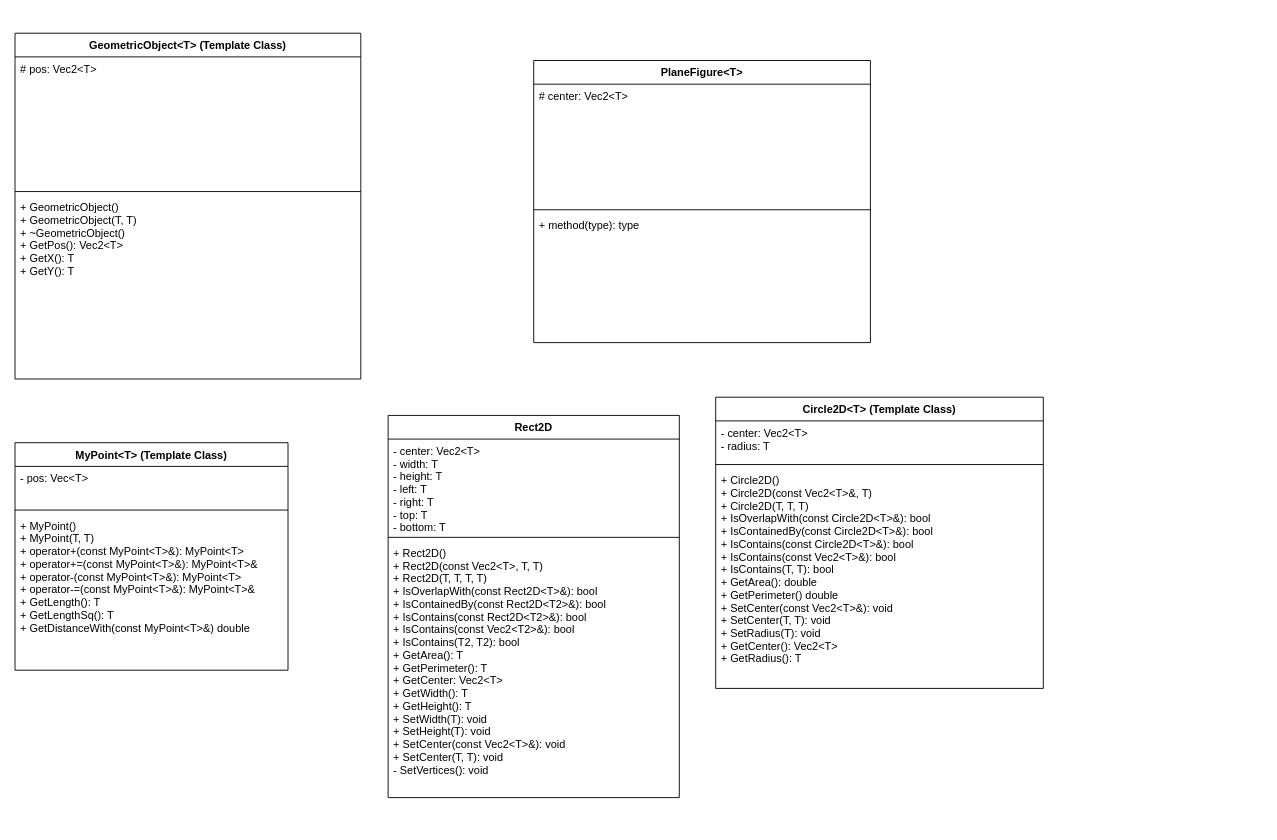
Above: InhaC++/inherit.drawio in ArshesSH/InhaCpp (draw.io), before the change. Source tidied: cells renumbered, new cells numbered last; positions are measured from the earlier drawing's top-left corner, leaving out a move shared by most shapes. Both pictures are drawn from the tidied source at 91%, with x=0, y=0 at pixel (15, 33).
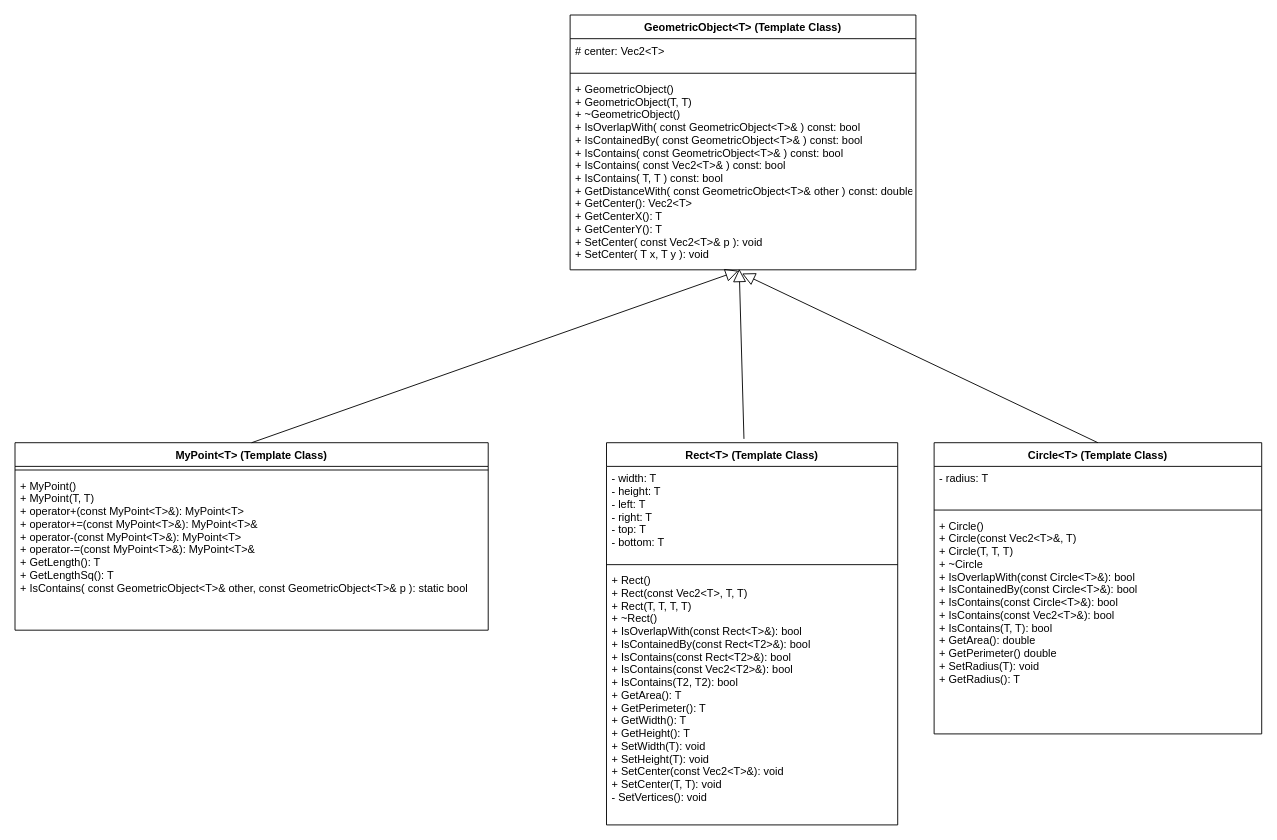
Above is the later version.

What changed in the source:
```diff
@@
     <mxCell id="2" value="MyPoint&lt;T&gt; (Template Class)" style="swimlane;fontStyle=1;align=center;verticalAlign=top;horizontal=1;startSize=26;" parent="1" vertex="1">
-      <mxGeometry y="450" width="300" height="250" as="geometry" />
+      <mxGeometry y="450" width="520" height="206" as="geometry" />
     </mxCell>
-    <mxCell id="3" value="- pos: Vec&lt;T&gt;" style="text;strokeColor=none;fillColor=none;align=left;verticalAlign=top;spacingLeft=4;spacingRight=4;overflow=hidden;" parent="2" vertex="1">
-      <mxGeometry y="26" width="300" height="44" as="geometry" />
-    </mxCell>
     <mxCell id="4" style="line;strokeWidth=1;fillColor=none;align=left;verticalAlign=middle;spacingTop=-1;spacingLeft=3;spacingRight=3;labelPosition=right;" parent="2" vertex="1">
-      <mxGeometry y="70" width="300" height="8" as="geometry" />
+      <mxGeometry y="26" width="520" height="8" as="geometry" />
     </mxCell>
-    <mxCell id="5" value="+ MyPoint()&#10;+ MyPoint(T, T)&#10;+ operator+(const MyPoint&lt;T&gt;&amp;): MyPoint&lt;T&gt;&#10;+ operator+=(const MyPoint&lt;T&gt;&amp;): MyPoint&lt;T&gt;&amp;&#10;+ operator-(const MyPoint&lt;T&gt;&amp;): MyPoint&lt;T&gt;&#10;+ operator-=(const MyPoint&lt;T&gt;&amp;): MyPoint&lt;T&gt;&amp;&#10;+ GetLength(): T&#10;+ GetLengthSq(): T&#10;+ GetDistanceWith(const MyPoint&lt;T&gt;&amp;) double&#10;" style="text;strokeColor=none;fillColor=none;align=left;verticalAlign=top;spacingLeft=4;spacingRight=4;overflow=hidden;" parent="2" vertex="1">
-      <mxGeometry y="78" width="300" height="172" as="geometry" />
+    <mxCell id="5" value="+ MyPoint()&#10;+ MyPoint(T, T)&#10;+ operator+(const MyPoint&lt;T&gt;&amp;): MyPoint&lt;T&gt;&#10;+ operator+=(const MyPoint&lt;T&gt;&amp;): MyPoint&lt;T&gt;&amp;&#10;+ operator-(const MyPoint&lt;T&gt;&amp;): MyPoint&lt;T&gt;&#10;+ operator-=(const MyPoint&lt;T&gt;&amp;): MyPoint&lt;T&gt;&amp;&#10;+ GetLength(): T&#10;+ GetLengthSq(): T&#10;+ IsContains( const GeometricObject&lt;T&gt;&amp; other, const GeometricObject&lt;T&gt;&amp; p ): static bool" style="text;strokeColor=none;fillColor=none;align=left;verticalAlign=top;spacingLeft=4;spacingRight=4;overflow=hidden;" parent="2" vertex="1">
+      <mxGeometry y="34" width="520" height="172" as="geometry" />
     </mxCell>
-    <mxCell id="6" value="Rect2D" style="swimlane;fontStyle=1;align=center;verticalAlign=top;horizontal=1;startSize=26;" parent="1" vertex="1">
-      <mxGeometry x="410" y="420" width="320" height="420" as="geometry" />
+    <mxCell id="6" value="Rect&lt;T&gt; (Template Class)" style="swimlane;fontStyle=1;align=center;verticalAlign=top;horizontal=1;startSize=26;" parent="1" vertex="1">
+      <mxGeometry x="650" y="450" width="320" height="420" as="geometry" />
     </mxCell>
-    <mxCell id="7" value="- center: Vec2&lt;T&gt;&#10;- width: T&#10;- height: T&#10;- left: T&#10;- right: T&#10;- top: T&#10;- bottom: T" style="text;strokeColor=none;fillColor=none;align=left;verticalAlign=top;spacingLeft=4;spacingRight=4;overflow=hidden;" parent="6" vertex="1">
+    <mxCell id="7" value="- width: T&#10;- height: T&#10;- left: T&#10;- right: T&#10;- top: T&#10;- bottom: T" style="text;strokeColor=none;fillColor=none;align=left;verticalAlign=top;spacingLeft=4;spacingRight=4;overflow=hidden;" parent="6" vertex="1">
       <mxGeometry y="26" width="320" height="104" as="geometry" />
     </mxCell>
@@
-    <mxCell id="9" value="+ Rect2D()&#10;+ Rect2D(const Vec2&lt;T&gt;, T, T)&#10;+ Rect2D(T, T, T, T)&#10;+ IsOverlapWith(const Rect2D&lt;T&gt;&amp;): bool&#10;+ IsContainedBy(const Rect2D&lt;T2&gt;&amp;): bool&#10;+ IsContains(const Rect2D&lt;T2&gt;&amp;): bool&#10;+ IsContains(const Vec2&lt;T2&gt;&amp;): bool&#10;+ IsContains(T2, T2): bool&#10;+ GetArea(): T&#10;+ GetPerimeter(): T&#10;+ GetCenter: Vec2&lt;T&gt;&#10;+ GetWidth(): T&#10;+ GetHeight(): T&#10;+ SetWidth(T): void&#10;+ SetHeight(T): void&#10;+ SetCenter(const Vec2&lt;T&gt;&amp;): void&#10;+ SetCenter(T, T): void&#10;- SetVertices(): void" style="text;strokeColor=none;fillColor=none;align=left;verticalAlign=top;spacingLeft=4;spacingRight=4;overflow=hidden;" parent="6" vertex="1">
+    <mxCell id="9" value="+ Rect()&#10;+ Rect(const Vec2&lt;T&gt;, T, T)&#10;+ Rect(T, T, T, T)&#10;+ ~Rect()&#10;+ IsOverlapWith(const Rect&lt;T&gt;&amp;): bool&#10;+ IsContainedBy(const Rect&lt;T2&gt;&amp;): bool&#10;+ IsContains(const Rect&lt;T2&gt;&amp;): bool&#10;+ IsContains(const Vec2&lt;T2&gt;&amp;): bool&#10;+ IsContains(T2, T2): bool&#10;+ GetArea(): T&#10;+ GetPerimeter(): T&#10;+ GetWidth(): T&#10;+ GetHeight(): T&#10;+ SetWidth(T): void&#10;+ SetHeight(T): void&#10;+ SetCenter(const Vec2&lt;T&gt;&amp;): void&#10;+ SetCenter(T, T): void&#10;- SetVertices(): void" style="text;strokeColor=none;fillColor=none;align=left;verticalAlign=top;spacingLeft=4;spacingRight=4;overflow=hidden;" parent="6" vertex="1">
       <mxGeometry y="138" width="320" height="282" as="geometry" />
     </mxCell>
-    <mxCell id="10" value="Circle2D&lt;T&gt; (Template Class)" style="swimlane;fontStyle=1;align=center;verticalAlign=top;horizontal=1;startSize=26;" parent="1" vertex="1">
-      <mxGeometry x="770" y="400" width="360" height="320" as="geometry" />
+    <mxCell id="10" value="Circle&lt;T&gt; (Template Class)" style="swimlane;fontStyle=1;align=center;verticalAlign=top;horizontal=1;startSize=26;" parent="1" vertex="1">
+      <mxGeometry x="1010" y="450" width="360" height="320" as="geometry" />
     </mxCell>
-    <mxCell id="11" value="- center: Vec2&lt;T&gt;&#10;- radius: T" style="text;strokeColor=none;fillColor=none;align=left;verticalAlign=top;spacingLeft=4;spacingRight=4;overflow=hidden;" parent="10" vertex="1">
+    <mxCell id="11" value="- radius: T" style="text;strokeColor=none;fillColor=none;align=left;verticalAlign=top;spacingLeft=4;spacingRight=4;overflow=hidden;" parent="10" vertex="1">
       <mxGeometry y="26" width="360" height="44" as="geometry" />
     </mxCell>
@@
-    <mxCell id="13" value="+ Circle2D()&#10;+ Circle2D(const Vec2&lt;T&gt;&amp;, T)&#10;+ Circle2D(T, T, T)&#10;+ IsOverlapWith(const Circle2D&lt;T&gt;&amp;): bool&#10;+ IsContainedBy(const Circle2D&lt;T&gt;&amp;): bool&#10;+ IsContains(const Circle2D&lt;T&gt;&amp;): bool&#10;+ IsContains(const Vec2&lt;T&gt;&amp;): bool&#10;+ IsContains(T, T): bool&#10;+ GetArea(): double&#10;+ GetPerimeter() double&#10;+ SetCenter(const Vec2&lt;T&gt;&amp;): void&#10;+ SetCenter(T, T): void&#10;+ SetRadius(T): void&#10;+ GetCenter(): Vec2&lt;T&gt;&#10;+ GetRadius(): T&#10;" style="text;strokeColor=none;fillColor=none;align=left;verticalAlign=top;spacingLeft=4;spacingRight=4;overflow=hidden;" parent="10" vertex="1">
+    <mxCell id="13" value="+ Circle()&#10;+ Circle(const Vec2&lt;T&gt;&amp;, T)&#10;+ Circle(T, T, T)&#10;+ ~Circle&#10;+ IsOverlapWith(const Circle&lt;T&gt;&amp;): bool&#10;+ IsContainedBy(const Circle&lt;T&gt;&amp;): bool&#10;+ IsContains(const Circle&lt;T&gt;&amp;): bool&#10;+ IsContains(const Vec2&lt;T&gt;&amp;): bool&#10;+ IsContains(T, T): bool&#10;+ GetArea(): double&#10;+ GetPerimeter() double&#10;+ SetRadius(T): void&#10;+ GetRadius(): T&#10;" style="text;strokeColor=none;fillColor=none;align=left;verticalAlign=top;spacingLeft=4;spacingRight=4;overflow=hidden;" parent="10" vertex="1">
       <mxGeometry y="78" width="360" height="242" as="geometry" />
     </mxCell>
     <mxCell id="14" value="GeometricObject&lt;T&gt; (Template Class)" style="swimlane;fontStyle=1;align=center;verticalAlign=top;horizontal=1;startSize=26;" parent="1" vertex="1">
-      <mxGeometry width="380" height="380" as="geometry" />
+      <mxGeometry x="610" y="-20" width="380" height="280" as="geometry" />
     </mxCell>
-    <mxCell id="15" value="# pos: Vec2&lt;T&gt;" style="text;strokeColor=none;fillColor=none;align=left;verticalAlign=top;spacingLeft=4;spacingRight=4;overflow=hidden;" parent="14" vertex="1">
-      <mxGeometry y="26" width="380" height="144" as="geometry" />
+    <mxCell id="15" value="# center: Vec2&lt;T&gt;" style="text;strokeColor=none;fillColor=none;align=left;verticalAlign=top;spacingLeft=4;spacingRight=4;overflow=hidden;" parent="14" vertex="1">
+      <mxGeometry y="26" width="380" height="34" as="geometry" />
     </mxCell>
     <mxCell id="16" style="line;strokeWidth=1;fillColor=none;align=left;verticalAlign=middle;spacingTop=-1;spacingLeft=3;spacingRight=3;labelPosition=right;" parent="14" vertex="1">
-      <mxGeometry y="170" width="380" height="8" as="geometry" />
+      <mxGeometry y="60" width="380" height="8" as="geometry" />
     </mxCell>
-    <mxCell id="17" value="+ GeometricObject()&#10;+ GeometricObject(T, T)&#10;+ ~GeometricObject()&#10;+ GetPos(): Vec2&lt;T&gt;&#10;+ GetX(): T&#10;+ GetY(): T" style="text;strokeColor=none;fillColor=none;align=left;verticalAlign=top;spacingLeft=4;spacingRight=4;overflow=hidden;points=[[0,0.5],[1,0.5]];portConstraint=eastwest;" parent="14" vertex="1">
-      <mxGeometry y="178" width="380" height="202" as="geometry" />
+    <mxCell id="17" value="+ GeometricObject()&#10;+ GeometricObject(T, T)&#10;+ ~GeometricObject()&#10;+ IsOverlapWith( const GeometricObject&lt;T&gt;&amp; ) const: bool&#10;+ IsContainedBy( const GeometricObject&lt;T&gt;&amp; ) const: bool&#10;+ IsContains( const GeometricObject&lt;T&gt;&amp; ) const: bool&#10;+ IsContains( const Vec2&lt;T&gt;&amp; ) const: bool&#10;+ IsContains( T, T ) const: bool&#10;+ GetDistanceWith( const GeometricObject&lt;T&gt;&amp; other ) const: double&#10;+ GetCenter(): Vec2&lt;T&gt;&#10;+ GetCenterX(): T&#10;+ GetCenterY(): T&#10;+ SetCenter( const Vec2&lt;T&gt;&amp; p ): void&#10;+ SetCenter( T x, T y ): void" style="text;strokeColor=none;fillColor=none;align=left;verticalAlign=top;spacingLeft=4;spacingRight=4;overflow=hidden;points=[[0,0.5],[1,0.5]];portConstraint=eastwest;" parent="14" vertex="1">
+      <mxGeometry y="68" width="380" height="212" as="geometry" />
     </mxCell>
-    <mxCell id="18" value="PlaneFigure&lt;T&gt;" style="swimlane;fontStyle=1;align=center;verticalAlign=top;horizontal=1;startSize=26;" parent="1" vertex="1">
-      <mxGeometry x="570" y="30" width="370" height="310" as="geometry" />
-    </mxCell>
-    <mxCell id="19" value="# center: Vec2&lt;T&gt;" style="text;strokeColor=none;fillColor=none;align=left;verticalAlign=top;spacingLeft=4;spacingRight=4;overflow=hidden;" parent="18" vertex="1">
-      <mxGeometry y="26" width="370" height="134" as="geometry" />
-    </mxCell>
-    <mxCell id="20" style="line;strokeWidth=1;fillColor=none;align=left;verticalAlign=middle;spacingTop=-1;spacingLeft=3;spacingRight=3;labelPosition=right;" parent="18" vertex="1">
-      <mxGeometry y="160" width="370" height="8" as="geometry" />
-    </mxCell>
-    <mxCell id="21" value="+ method(type): type" style="text;strokeColor=none;fillColor=none;align=left;verticalAlign=top;spacingLeft=4;spacingRight=4;overflow=hidden;" parent="18" vertex="1">
-      <mxGeometry y="168" width="370" height="142" as="geometry" />
-    </mxCell>
+    <mxCell id="22" style="endArrow=block;endFill=0;endSize=12;html=1;rounded=0;exitX=0.5;exitY=0;exitDx=0;exitDy=0;entryX=0.487;entryY=1.005;entryDx=0;entryDy=0;entryPerimeter=0;" parent="1" edge="1" source="2" target="17">
+      <mxGeometry relative="1" as="geometry" />
+    </mxCell>
+    <mxCell id="23" style="endArrow=block;endFill=0;endSize=12;html=1;rounded=0;exitX=0.472;exitY=-0.01;exitDx=0;exitDy=0;exitPerimeter=0;entryX=0.489;entryY=0.995;entryDx=0;entryDy=0;entryPerimeter=0;" parent="1" edge="1" source="6" target="17">
+      <mxGeometry relative="1" as="geometry" />
+    </mxCell>
+    <mxCell id="24" style="endArrow=block;endFill=0;endSize=12;html=1;rounded=0;exitX=0.5;exitY=0;exitDx=0;exitDy=0;entryX=0.497;entryY=1.019;entryDx=0;entryDy=0;entryPerimeter=0;" parent="1" edge="1" source="10" target="17">
+      <mxGeometry relative="1" as="geometry" />
+    </mxCell>
```
